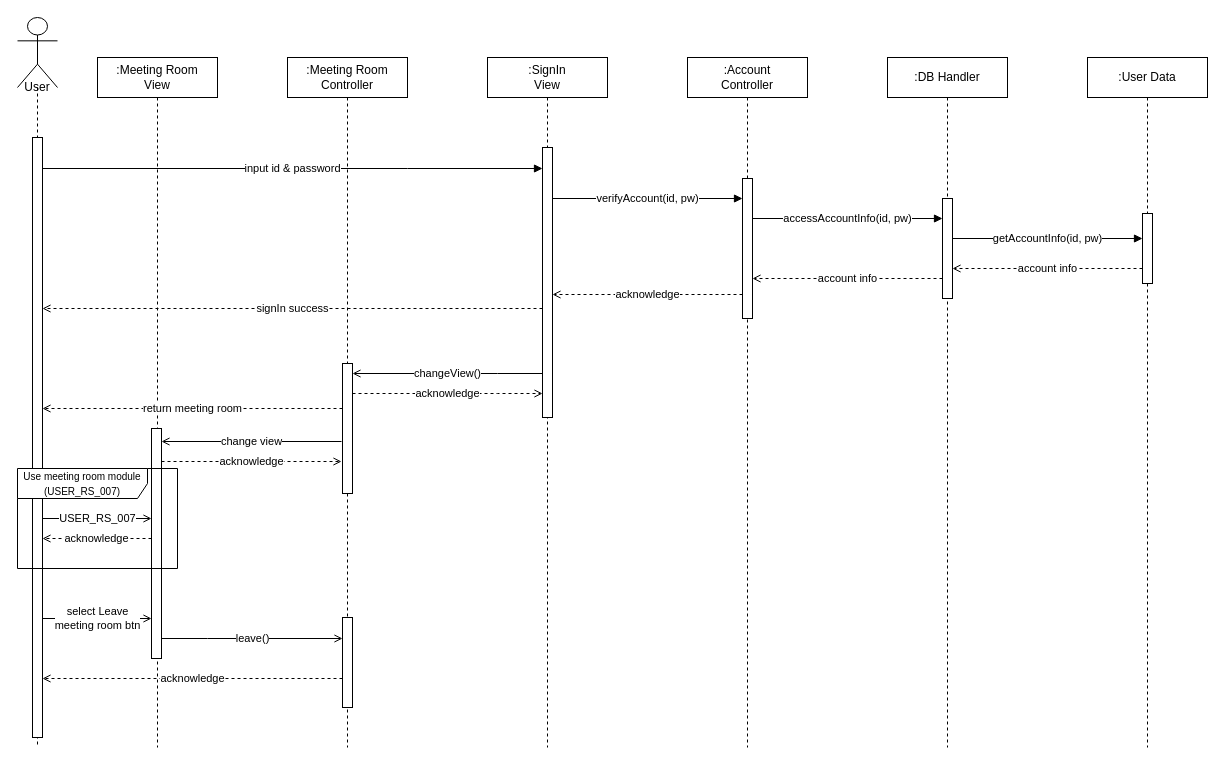
Before: SD2-1.drawio in ONFFLine/Diagram, a draw.io diagram. Source tidied: cells renumbered, new cells numbered last; positions are measured from the earlier drawing's top-left corner, leaving out a move shared by most shapes. Both pictures are drawn from the tidied source at 100%, with x=0, y=0 at pixel (17, 17).
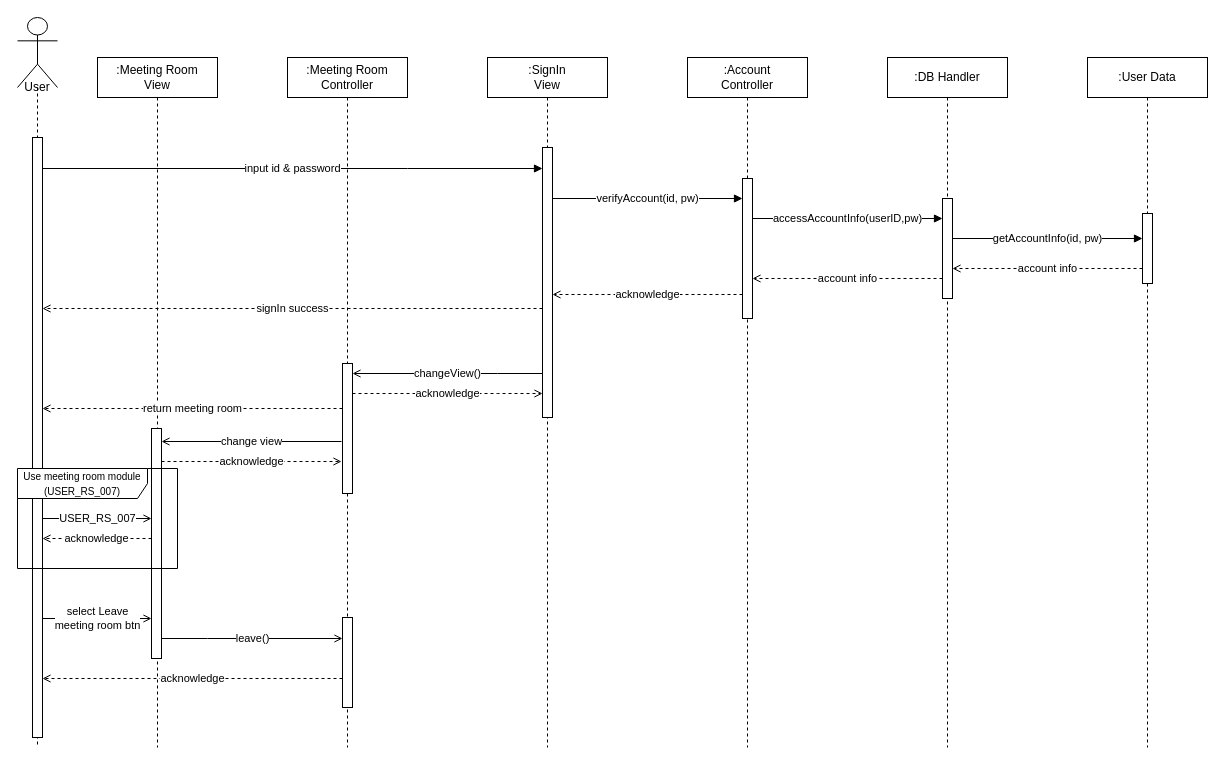
Above is the later version.

Unchanged cells that the change refers to:
```xml
<mxCell id="15" style="html=1;points=[];perimeter=orthogonalPerimeter;" parent="1" vertex="1">
  <mxGeometry x="925" y="181" width="10" height="100" as="geometry" />
</mxCell>
<mxCell id="27" style="html=1;points=[];perimeter=orthogonalPerimeter;" parent="1" vertex="1">
  <mxGeometry x="725" y="161" width="10" height="140" as="geometry" />
</mxCell>
```

Diff of the diagram source:
```diff
@@
-    <mxCell id="24" value="accessAccountInfo(id, pw)" style="edgeStyle=orthogonalEdgeStyle;rounded=0;jettySize=auto;html=1;endArrow=block;endFill=1;" parent="1" edge="1" source="27" target="15">
+    <mxCell id="24" value="accessAccountInfo(userID,pw)" style="edgeStyle=orthogonalEdgeStyle;rounded=0;jettySize=auto;html=1;endArrow=block;endFill=1;" parent="1" edge="1" source="27" target="15">
       <mxGeometry relative="1" as="geometry">
         <Array as="points">
           <mxPoint x="830" y="201" />
           <mxPoint x="830" y="201" />
         </Array>
       </mxGeometry>
     </mxCell>
```
